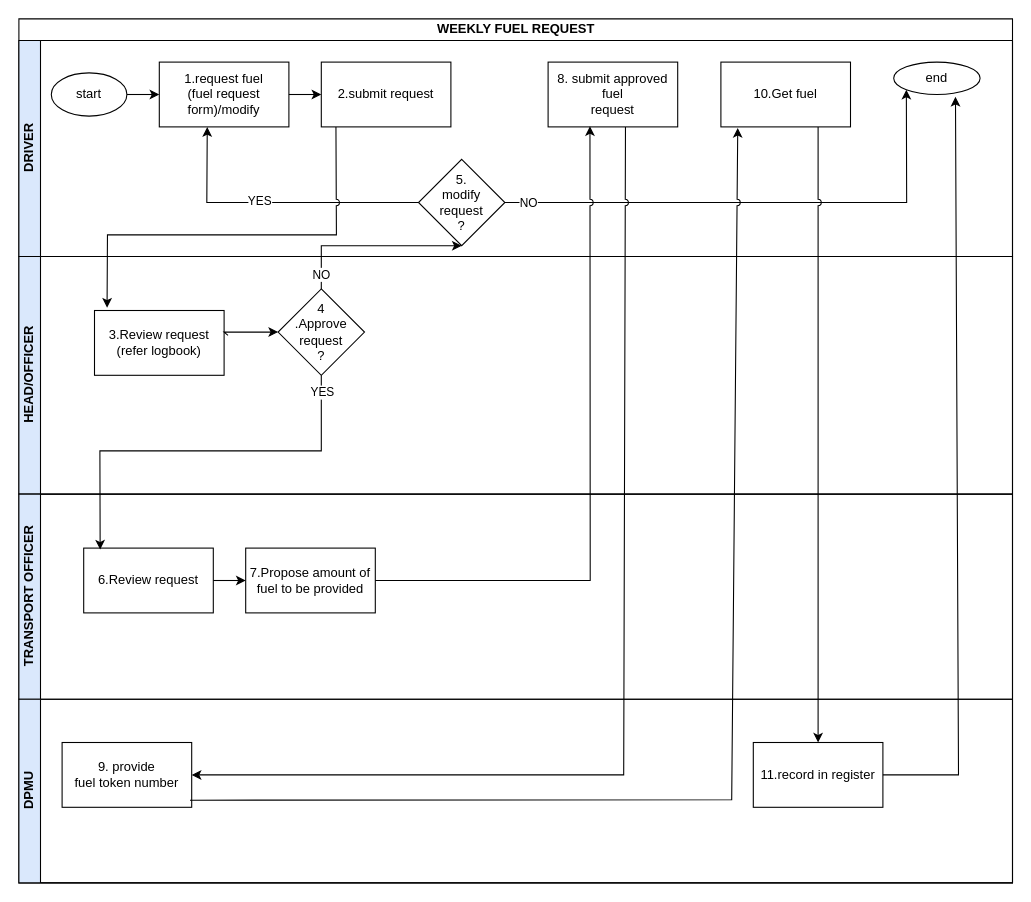
The draw.io diagram page "weekly fuel request" (6 of 13) of wajibika/wajibika-sketches.drawio in MbalamulaS/tech-diagrams, before the edit. Source tidied: cells renumbered, new cells numbered last; positions are measured from the earlier drawing's top-left corner, leaving out a move shared by most shapes. Both pictures are drawn from the tidied source at 108%, with x=0, y=0 at pixel (18, 18).
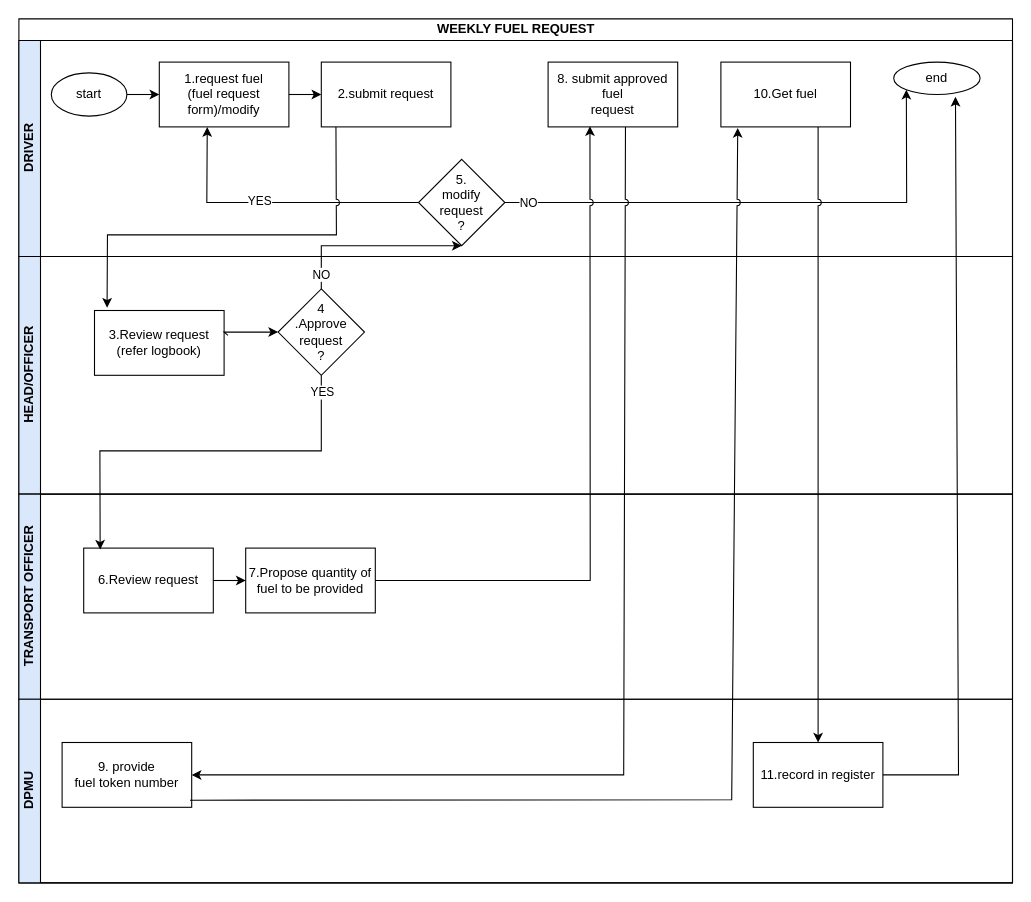
The same diagram, later.

Unchanged cells that the change refers to:
```xml
<mxCell id="19" value="TRANSPORT OFFICER" style="swimlane;startSize=20;horizontal=0;html=1;fillColor=#DAE8FC;" parent="2" vertex="1">
  <mxGeometry y="440" width="920" height="190" as="geometry" />
</mxCell>
```

The edit, as a diff of the source:
```diff
@@
-    <mxCell id="21" value="7.Propose amount of fuel to be provided" style="rounded=0;whiteSpace=wrap;html=1;" parent="19" vertex="1">
+    <mxCell id="21" value="7.Propose quantity of fuel to be provided" style="rounded=0;whiteSpace=wrap;html=1;" parent="19" vertex="1">
       <mxGeometry x="210" y="50" width="120" height="60" as="geometry" />
     </mxCell>
```
